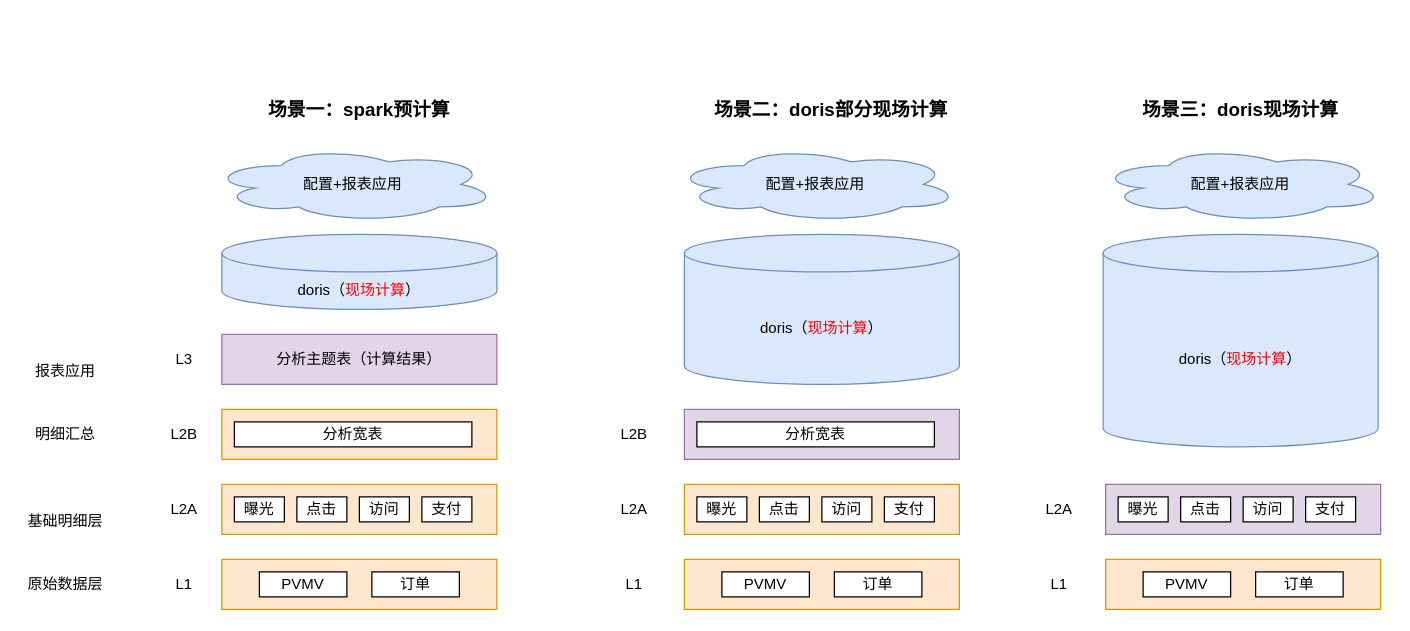
This is work/数仓分层.drawio from spaces-X/draw.io, a draw.io file, before an edit. Source tidied: cells renumbered, new cells numbered last; positions are measured from the earlier drawing's top-left corner, leaving out a move shared by most shapes. Both pictures are drawn from the tidied source at 125%, with x=0, y=0 at pixel (21, 96).
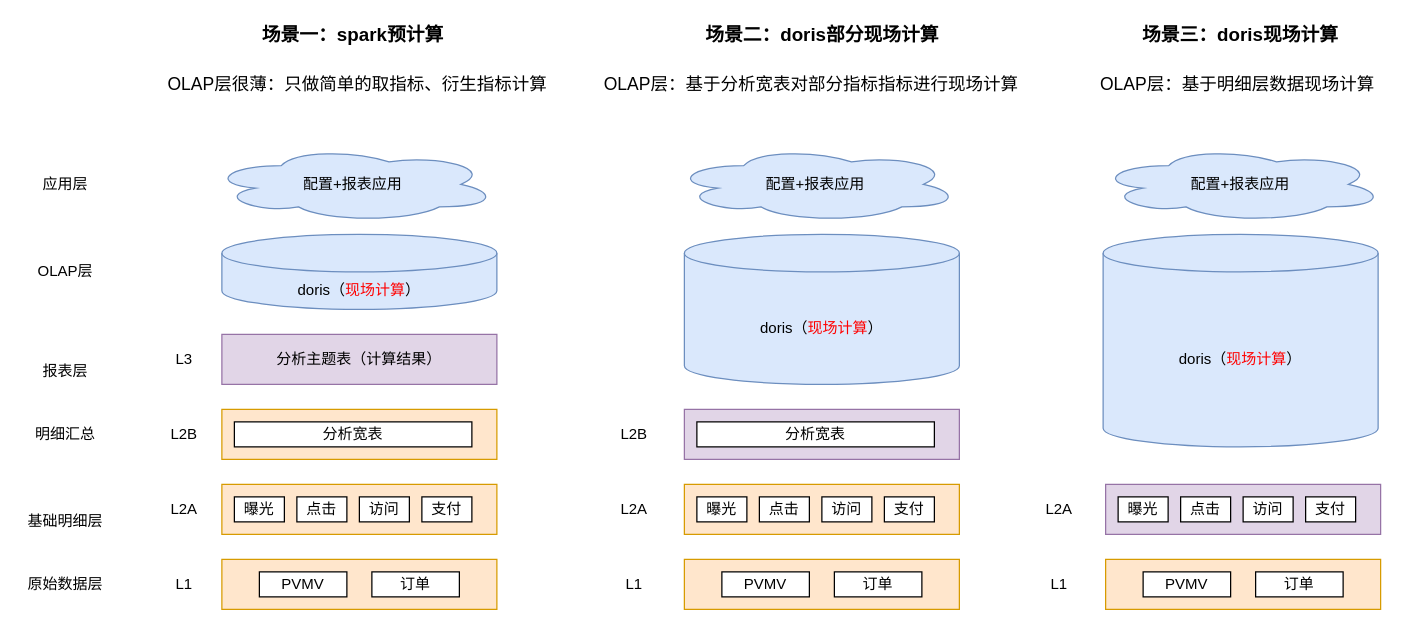
The same page after the edit.

Diff of the diagram source:
```diff
@@
     <mxCell id="17" value="&lt;b&gt;&lt;font style=&quot;font-size: 15px&quot;&gt;场景一：spark预计算&lt;/font&gt;&lt;/b&gt;&lt;b&gt;&lt;font style=&quot;font-size: 15px&quot;&gt;&lt;br&gt;&lt;/font&gt;&lt;/b&gt;" style="text;html=1;strokeColor=none;fillColor=none;align=center;verticalAlign=middle;whiteSpace=wrap;rounded=0;" parent="1" vertex="1">
-      <mxGeometry x="190" width="160" height="20" as="geometry" />
+      <mxGeometry x="185" y="-60" width="160" height="20" as="geometry" />
     </mxCell>
     <mxCell id="18" value="&lt;font style=&quot;font-size: 15px&quot;&gt;&lt;b&gt;场景二：doris部分现场计算&lt;/b&gt;&lt;br&gt;&lt;/font&gt;" style="text;html=1;strokeColor=none;fillColor=none;align=center;verticalAlign=middle;whiteSpace=wrap;rounded=0;" parent="1" vertex="1">
-      <mxGeometry x="545" width="205" height="20" as="geometry" />
+      <mxGeometry x="537.5" y="-60" width="205" height="20" as="geometry" />
     </mxCell>
@@
     <mxCell id="23" value="&lt;font style=&quot;font-size: 15px&quot;&gt;&lt;b&gt;场景三：doris现场计算&lt;/b&gt;&lt;br&gt;&lt;/font&gt;" style="text;html=1;strokeColor=none;fillColor=none;align=center;verticalAlign=middle;whiteSpace=wrap;rounded=0;" parent="1" vertex="1">
-      <mxGeometry x="895" width="160" height="20" as="geometry" />
+      <mxGeometry x="895" y="-60" width="160" height="20" as="geometry" />
     </mxCell>
@@
-    <mxCell id="27" value="报表应用" style="text;html=1;strokeColor=none;fillColor=none;align=center;verticalAlign=middle;whiteSpace=wrap;rounded=0;" parent="1" vertex="1">
+    <mxCell id="27" value="报表层" style="text;html=1;strokeColor=none;fillColor=none;align=center;verticalAlign=middle;whiteSpace=wrap;rounded=0;" parent="1" vertex="1">
       <mxGeometry y="210" width="70" height="20" as="geometry" />
     </mxCell>
@@
+    <mxCell id="53" value="OLAP层" style="text;html=1;strokeColor=none;fillColor=none;align=center;verticalAlign=middle;whiteSpace=wrap;rounded=0;" parent="1" vertex="1">
+      <mxGeometry x="5" y="125" width="60" height="30" as="geometry" />
+    </mxCell>
+    <mxCell id="54" value="&lt;font style=&quot;font-size: 14px;&quot;&gt;OLAP层很薄：只做简单的取指标、衍生指标计算&lt;/font&gt;" style="text;html=1;strokeColor=none;fillColor=none;align=left;verticalAlign=middle;whiteSpace=wrap;rounded=0;" parent="1" vertex="1">
+      <mxGeometry x="115" y="-40" width="310" height="60" as="geometry" />
+    </mxCell>
+    <mxCell id="55" value="应用层" style="text;html=1;strokeColor=none;fillColor=none;align=center;verticalAlign=middle;whiteSpace=wrap;rounded=0;" parent="1" vertex="1">
+      <mxGeometry x="5" y="55" width="60" height="30" as="geometry" />
+    </mxCell>
+    <mxCell id="56" value="&lt;font style=&quot;font-size: 14px;&quot;&gt;OLAP层：基于分析宽表对部分指标指标进行现场计算&lt;/font&gt;" style="text;html=1;strokeColor=none;fillColor=none;align=left;verticalAlign=middle;whiteSpace=wrap;rounded=0;" parent="1" vertex="1">
+      <mxGeometry x="464.2" y="-40" width="341.5" height="60" as="geometry" />
+    </mxCell>
+    <mxCell id="57" value="&lt;font style=&quot;font-size: 14px;&quot;&gt;OLAP层：基于明细层数据现场计算&lt;/font&gt;" style="text;html=1;strokeColor=none;fillColor=none;align=left;verticalAlign=middle;whiteSpace=wrap;rounded=0;" parent="1" vertex="1">
+      <mxGeometry x="860.5" y="-40" width="233" height="60" as="geometry" />
+    </mxCell>
```
